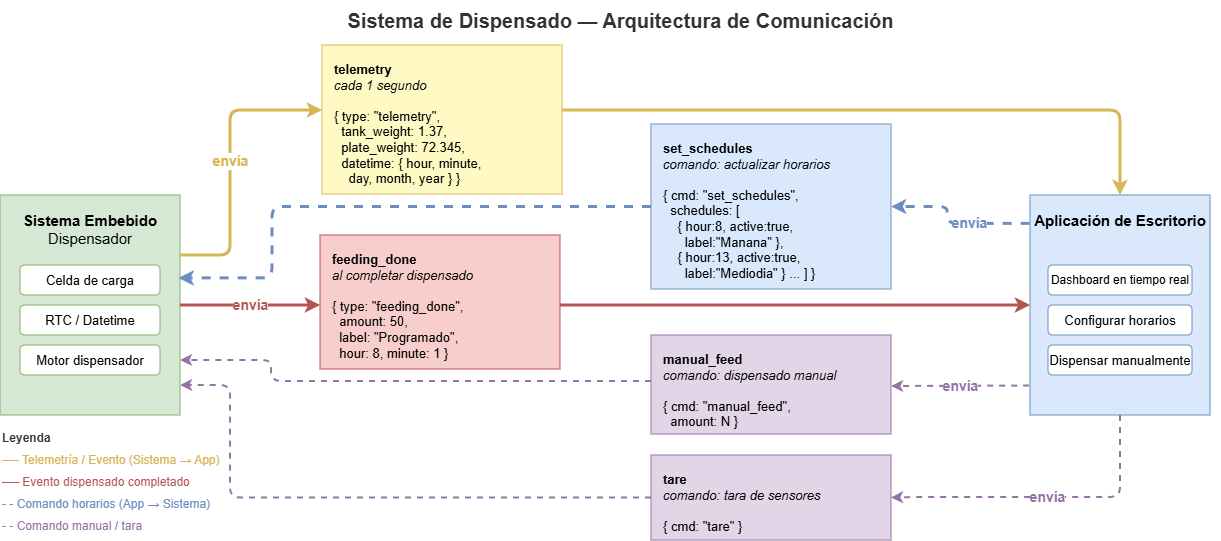
Above: Figures/dispensador_arquitectura.png in matuuted/Plantilla-para-memoria (draw.io), before the change. Source tidied: cells renumbered, new cells last; positions are measured from the earlier drawing's top-left corner, leaving out a move shared by most shapes.
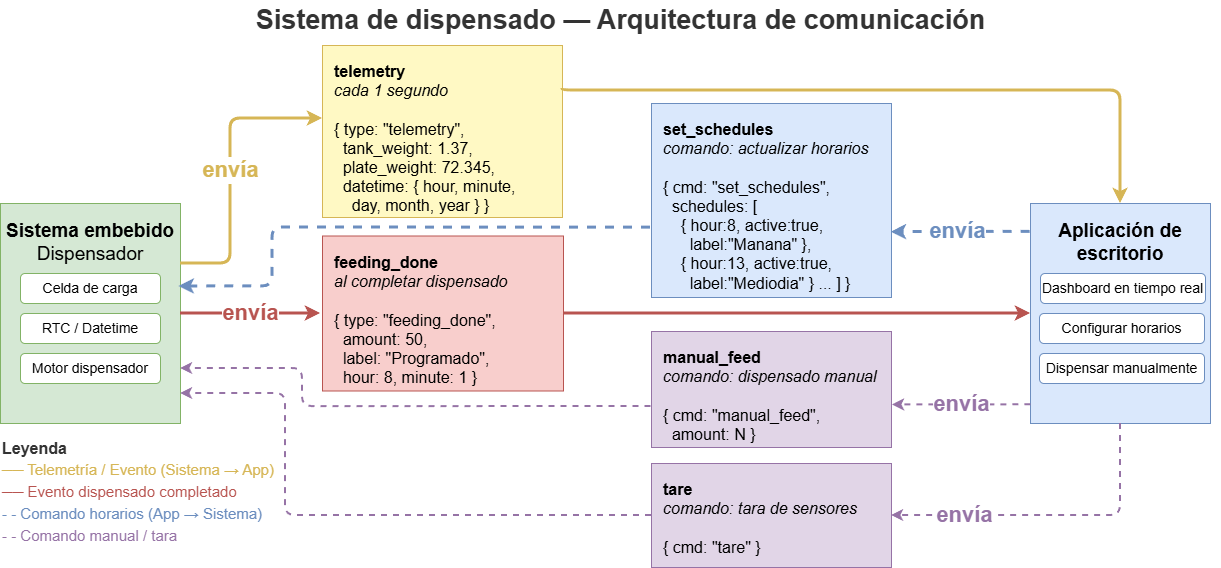
After the commit.

What changed in the source:
```diff
@@ -2,49 +2,49 @@
   <root>
     <mxCell id="0" />
     <mxCell id="1" parent="0" />
-    <mxCell id="2" value="&lt;font style=&quot;font-size: 20px;&quot;&gt;Sistema de Dispensado — Arquitectura de Comunicación&lt;/font&gt;" style="text;html=1;strokeColor=none;fillColor=none;align=center;verticalAlign=middle;fontSize=16;fontStyle=1;fontColor=#333333;" parent="1" vertex="1">
-      <mxGeometry x="20" width="1200" height="40" as="geometry" />
+    <mxCell id="2" value="&lt;font style=&quot;font-size: 27px;&quot;&gt;Sistema de dispensado — Arquitectura de comunicación&lt;/font&gt;" style="text;html=1;strokeColor=none;fillColor=none;align=center;verticalAlign=middle;fontSize=16;fontStyle=1;fontColor=#333333;" parent="1" vertex="1">
+      <mxGeometry x="20" y="-8" width="1200" height="40" as="geometry" />
     </mxCell>
-    <mxCell id="3" value="&lt;font style=&quot;font-size: 15px;&quot;&gt;&lt;b style=&quot;&quot;&gt;Sistema Embebido&lt;/b&gt;&lt;br&gt;Dispensador&lt;/font&gt;" style="rounded=2;whiteSpace=wrap;html=1;fillColor=#d5e8d4;strokeColor=#82b366;fontSize=11;verticalAlign=top;spacingTop=10;" parent="1" vertex="1">
+    <mxCell id="3" value="&lt;font style=&quot;font-size: 19px;&quot;&gt;&lt;b style=&quot;&quot;&gt;Sistema embebido&lt;/b&gt;&lt;br&gt;Dispensador&lt;/font&gt;" style="rounded=2;whiteSpace=wrap;html=1;fillColor=#d5e8d4;strokeColor=#82b366;fontSize=11;verticalAlign=top;spacingTop=10;" parent="1" vertex="1">
       <mxGeometry y="195" width="180" height="220" as="geometry" />
     </mxCell>
-    <mxCell id="4" value="&lt;font style=&quot;font-size: 13px;&quot;&gt;Celda de carga&lt;/font&gt;" style="rounded=1;whiteSpace=wrap;html=1;fillColor=#ffffff;strokeColor=#82b366;fontSize=10;" parent="1" vertex="1">
+    <mxCell id="4" value="&lt;font style=&quot;font-size: 14px;&quot;&gt;Celda de carga&lt;/font&gt;" style="rounded=1;whiteSpace=wrap;html=1;fillColor=#ffffff;strokeColor=#82b366;fontSize=10;" parent="1" vertex="1">
       <mxGeometry x="20" y="265" width="140" height="30" as="geometry" />
     </mxCell>
-    <mxCell id="5" value="&lt;font style=&quot;font-size: 13px;&quot;&gt;RTC / Datetime&lt;/font&gt;" style="rounded=1;whiteSpace=wrap;html=1;fillColor=#ffffff;strokeColor=#82b366;fontSize=10;" parent="1" vertex="1">
+    <mxCell id="5" value="&lt;font style=&quot;font-size: 14px;&quot;&gt;RTC / Datetime&lt;/font&gt;" style="rounded=1;whiteSpace=wrap;html=1;fillColor=#ffffff;strokeColor=#82b366;fontSize=10;" parent="1" vertex="1">
       <mxGeometry x="20" y="305" width="140" height="30" as="geometry" />
     </mxCell>
-    <mxCell id="6" value="&lt;font style=&quot;font-size: 13px;&quot;&gt;Motor dispensador&lt;/font&gt;" style="rounded=1;whiteSpace=wrap;html=1;fillColor=#ffffff;strokeColor=#82b366;fontSize=10;" parent="1" vertex="1">
+    <mxCell id="6" value="&lt;font style=&quot;font-size: 14px;&quot;&gt;Motor dispensador&lt;/font&gt;" style="rounded=1;whiteSpace=wrap;html=1;fillColor=#ffffff;strokeColor=#82b366;fontSize=10;" parent="1" vertex="1">
       <mxGeometry x="20" y="345" width="140" height="30" as="geometry" />
     </mxCell>
-    <mxCell id="7" value="&lt;b style=&quot;&quot;&gt;&lt;font style=&quot;font-size: 15px;&quot;&gt;Aplicación de Escritorio&lt;/font&gt;&lt;/b&gt;" style="rounded=2;whiteSpace=wrap;html=1;fillColor=#dae8fc;strokeColor=#6c8ebf;fontSize=11;verticalAlign=top;spacingTop=10;" parent="1" vertex="1">
+    <mxCell id="7" value="&lt;b style=&quot;&quot;&gt;&lt;font style=&quot;font-size: 19px;&quot;&gt;Aplicación de escritorio&lt;/font&gt;&lt;/b&gt;" style="rounded=2;whiteSpace=wrap;html=1;fillColor=#dae8fc;strokeColor=#6c8ebf;fontSize=11;verticalAlign=top;spacingTop=10;" parent="1" vertex="1">
       <mxGeometry x="1030" y="195" width="180" height="220" as="geometry" />
     </mxCell>
-    <mxCell id="8" value="&lt;font style=&quot;font-size: 12px;&quot;&gt;Dashboard en tiempo real&lt;/font&gt;" style="rounded=1;whiteSpace=wrap;html=1;fillColor=#ffffff;strokeColor=#6c8ebf;fontSize=10;" parent="1" vertex="1">
-      <mxGeometry x="1048" y="265" width="144" height="30" as="geometry" />
+    <mxCell id="8" value="&lt;font style=&quot;font-size: 14px;&quot;&gt;Dashboard en tiempo real&lt;/font&gt;" style="rounded=1;whiteSpace=wrap;html=1;fillColor=#ffffff;strokeColor=#6c8ebf;fontSize=10;" parent="1" vertex="1">
+      <mxGeometry x="1040" y="265" width="165" height="30" as="geometry" />
     </mxCell>
-    <mxCell id="9" value="&lt;font style=&quot;font-size: 13px;&quot;&gt;Configurar horarios&lt;/font&gt;" style="rounded=1;whiteSpace=wrap;html=1;fillColor=#ffffff;strokeColor=#6c8ebf;fontSize=10;" parent="1" vertex="1">
-      <mxGeometry x="1048" y="305" width="144" height="30" as="geometry" />
+    <mxCell id="9" value="&lt;font style=&quot;font-size: 14px;&quot;&gt;Configurar horarios&lt;/font&gt;" style="rounded=1;whiteSpace=wrap;html=1;fillColor=#ffffff;strokeColor=#6c8ebf;fontSize=10;" parent="1" vertex="1">
+      <mxGeometry x="1039" y="305" width="165" height="30" as="geometry" />
     </mxCell>
-    <mxCell id="10" value="&lt;font style=&quot;font-size: 13px;&quot;&gt;Dispensar manualmente&lt;/font&gt;" style="rounded=1;whiteSpace=wrap;html=1;fillColor=#ffffff;strokeColor=#6c8ebf;fontSize=10;" parent="1" vertex="1">
-      <mxGeometry x="1048" y="345" width="144" height="30" as="geometry" />
+    <mxCell id="10" value="&lt;font style=&quot;font-size: 14px;&quot;&gt;Dispensar manualmente&lt;/font&gt;" style="rounded=1;whiteSpace=wrap;html=1;fillColor=#ffffff;strokeColor=#6c8ebf;fontSize=10;" parent="1" vertex="1">
+      <mxGeometry x="1039" y="345" width="165" height="30" as="geometry" />
     </mxCell>
-    <mxCell id="11" value="&lt;font style=&quot;font-size: 13px;&quot;&gt;&lt;b style=&quot;&quot;&gt;telemetry&lt;/b&gt;&lt;br&gt;&lt;i style=&quot;&quot;&gt;cada 1 segundo&lt;/i&gt;&lt;br&gt;&lt;br&gt;{ type: &quot;telemetry&quot;,&lt;br&gt;&amp;nbsp;&amp;nbsp;tank_weight: 1.37,&lt;br&gt;&amp;nbsp;&amp;nbsp;plate_weight: 72.345,&lt;br&gt;&amp;nbsp;&amp;nbsp;datetime: { hour, minute,&lt;br&gt;&amp;nbsp;&amp;nbsp;&amp;nbsp;&amp;nbsp;day, month, year } }&lt;/font&gt;" style="rounded=2;whiteSpace=wrap;html=1;fillColor=#fff9c4;strokeColor=#d6b656;fontSize=10;verticalAlign=top;align=left;spacingLeft=10;spacingTop=10;" parent="1" vertex="1">
-      <mxGeometry x="322" y="45" width="240" height="149" as="geometry" />
+    <mxCell id="11" value="&lt;font style=&quot;font-size: 16px;&quot;&gt;&lt;b style=&quot;&quot;&gt;telemetry&lt;/b&gt;&lt;br&gt;&lt;i style=&quot;&quot;&gt;cada 1 segundo&lt;/i&gt;&lt;br&gt;&lt;br&gt;{ type: &quot;telemetry&quot;,&lt;br&gt;&amp;nbsp;&amp;nbsp;tank_weight: 1.37,&lt;br&gt;&amp;nbsp;&amp;nbsp;plate_weight: 72.345,&lt;br&gt;&amp;nbsp;&amp;nbsp;datetime: { hour, minute,&lt;br&gt;&amp;nbsp;&amp;nbsp;&amp;nbsp;&amp;nbsp;day, month, year } }&lt;/font&gt;" style="rounded=2;whiteSpace=wrap;html=1;fillColor=#fff9c4;strokeColor=#d6b656;fontSize=10;verticalAlign=top;align=left;spacingLeft=10;spacingTop=10;" parent="1" vertex="1">
+      <mxGeometry x="322" y="37" width="240" height="172" as="geometry" />
     </mxCell>
-    <mxCell id="12" value="&lt;font style=&quot;font-size: 13px;&quot;&gt;&lt;b style=&quot;&quot;&gt;feeding_done&lt;/b&gt;&lt;br&gt;&lt;i style=&quot;&quot;&gt;al completar dispensado&lt;/i&gt;&lt;br&gt;&lt;br&gt;{ type: &quot;feeding_done&quot;,&lt;br&gt;&amp;nbsp;&amp;nbsp;amount: 50,&lt;br&gt;&amp;nbsp;&amp;nbsp;label: &quot;Programado&quot;,&lt;br&gt;&amp;nbsp;&amp;nbsp;hour: 8, minute: 1 }&lt;/font&gt;" style="rounded=2;whiteSpace=wrap;html=1;fillColor=#f8cecc;strokeColor=#b85450;fontSize=10;verticalAlign=top;align=left;spacingLeft=10;spacingTop=10;" parent="1" vertex="1">
-      <mxGeometry x="320" y="235" width="240" height="134" as="geometry" />
+    <mxCell id="12" value="&lt;font style=&quot;font-size: 16px;&quot;&gt;&lt;b style=&quot;&quot;&gt;feeding_done&lt;/b&gt;&lt;br&gt;&lt;i style=&quot;&quot;&gt;al completar dispensado&lt;/i&gt;&lt;br&gt;&lt;br&gt;{ type: &quot;feeding_done&quot;,&lt;br&gt;&amp;nbsp;&amp;nbsp;amount: 50,&lt;br&gt;&amp;nbsp;&amp;nbsp;label: &quot;Programado&quot;,&lt;br&gt;&amp;nbsp;&amp;nbsp;hour: 8, minute: 1 }&lt;/font&gt;" style="rounded=2;whiteSpace=wrap;html=1;fillColor=#f8cecc;strokeColor=#b85450;fontSize=10;verticalAlign=top;align=left;spacingLeft=10;spacingTop=10;" parent="1" vertex="1">
+      <mxGeometry x="322" y="227.5" width="241" height="155" as="geometry" />
     </mxCell>
-    <mxCell id="13" value="&lt;font style=&quot;font-size: 13px;&quot;&gt;&lt;b style=&quot;&quot;&gt;set_schedules&lt;/b&gt;&lt;br&gt;&lt;i style=&quot;&quot;&gt;comando: actualizar horarios&lt;/i&gt;&lt;br&gt;&lt;br&gt;{ cmd: &quot;set_schedules&quot;,&lt;br&gt;&amp;nbsp;&amp;nbsp;schedules: [&lt;br&gt;&amp;nbsp;&amp;nbsp;&amp;nbsp;&amp;nbsp;{ hour:8, active:true,&lt;br&gt;&amp;nbsp;&amp;nbsp;&amp;nbsp;&amp;nbsp;&amp;nbsp;&amp;nbsp;label:&quot;Manana&quot; },&lt;br&gt;&amp;nbsp;&amp;nbsp;&amp;nbsp;&amp;nbsp;{ hour:13, active:true,&lt;br&gt;&amp;nbsp;&amp;nbsp;&amp;nbsp;&amp;nbsp;&amp;nbsp;&amp;nbsp;label:&quot;Mediodia&quot; } ... ] }&lt;/font&gt;" style="rounded=2;whiteSpace=wrap;html=1;fillColor=#dae8fc;strokeColor=#6c8ebf;fontSize=10;verticalAlign=top;align=left;spacingLeft=10;spacingTop=10;" parent="1" vertex="1">
-      <mxGeometry x="651" y="124" width="240" height="165" as="geometry" />
+    <mxCell id="13" value="&lt;font style=&quot;font-size: 16px;&quot;&gt;&lt;b style=&quot;&quot;&gt;set_schedules&lt;/b&gt;&lt;br&gt;&lt;i style=&quot;&quot;&gt;comando: actualizar horarios&lt;/i&gt;&lt;br&gt;&lt;br&gt;{ cmd: &quot;set_schedules&quot;,&lt;br&gt;&amp;nbsp;&amp;nbsp;schedules: [&lt;br&gt;&amp;nbsp;&amp;nbsp;&amp;nbsp;&amp;nbsp;{ hour:8, active:true,&lt;br&gt;&amp;nbsp;&amp;nbsp;&amp;nbsp;&amp;nbsp;&amp;nbsp;&amp;nbsp;label:&quot;Manana&quot; },&lt;br&gt;&amp;nbsp;&amp;nbsp;&amp;nbsp;&amp;nbsp;{ hour:13, active:true,&lt;br&gt;&amp;nbsp;&amp;nbsp;&amp;nbsp;&amp;nbsp;&amp;nbsp;&amp;nbsp;label:&quot;Mediodia&quot; } ... ] }&lt;/font&gt;" style="rounded=2;whiteSpace=wrap;html=1;fillColor=#dae8fc;strokeColor=#6c8ebf;fontSize=10;verticalAlign=top;align=left;spacingLeft=10;spacingTop=10;" parent="1" vertex="1">
+      <mxGeometry x="651" y="95" width="240" height="194" as="geometry" />
     </mxCell>
-    <mxCell id="14" value="&lt;font style=&quot;font-size: 13px;&quot;&gt;&lt;b&gt;manual_feed&lt;/b&gt;&lt;br&gt;&lt;i&gt;comando: dispensado manual&lt;/i&gt;&lt;br&gt;&lt;br&gt;{ cmd: &quot;manual_feed&quot;,&lt;br&gt;&amp;nbsp;&amp;nbsp;amount: N }&lt;/font&gt;" style="rounded=2;whiteSpace=wrap;html=1;fillColor=#e1d5e7;strokeColor=#9673a6;fontSize=10;verticalAlign=top;align=left;spacingLeft=10;spacingTop=10;" parent="1" vertex="1">
-      <mxGeometry x="651" y="335" width="240" height="99" as="geometry" />
+    <mxCell id="14" value="&lt;font style=&quot;font-size: 16px;&quot;&gt;&lt;b style=&quot;&quot;&gt;manual_feed&lt;/b&gt;&lt;br&gt;&lt;i style=&quot;&quot;&gt;comando: dispensado manual&lt;/i&gt;&lt;br&gt;&lt;br&gt;{ cmd: &quot;manual_feed&quot;,&lt;br&gt;&amp;nbsp;&amp;nbsp;amount: N }&lt;/font&gt;" style="rounded=2;whiteSpace=wrap;html=1;fillColor=#e1d5e7;strokeColor=#9673a6;fontSize=10;verticalAlign=top;align=left;spacingLeft=10;spacingTop=10;" parent="1" vertex="1">
+      <mxGeometry x="651" y="323" width="240" height="116" as="geometry" />
     </mxCell>
-    <mxCell id="15" value="&lt;font style=&quot;font-size: 13px;&quot;&gt;&lt;b&gt;tare&lt;/b&gt;&lt;br&gt;&lt;i&gt;comando: tara de sensores&lt;/i&gt;&lt;br&gt;&lt;br&gt;{ cmd: &quot;tare&quot; }&lt;/font&gt;" style="rounded=2;whiteSpace=wrap;html=1;fillColor=#e1d5e7;strokeColor=#9673a6;fontSize=10;verticalAlign=top;align=left;spacingLeft=10;spacingTop=10;" parent="1" vertex="1">
-      <mxGeometry x="651" y="455" width="240" height="85" as="geometry" />
+    <mxCell id="15" value="&lt;font style=&quot;font-size: 16px;&quot;&gt;&lt;b style=&quot;&quot;&gt;tare&lt;/b&gt;&lt;br&gt;&lt;i style=&quot;&quot;&gt;comando: tara de sensores&lt;/i&gt;&lt;br&gt;&lt;br&gt;{ cmd: &quot;tare&quot; }&lt;/font&gt;" style="rounded=2;whiteSpace=wrap;html=1;fillColor=#e1d5e7;strokeColor=#9673a6;fontSize=10;verticalAlign=top;align=left;spacingLeft=10;spacingTop=10;" parent="1" vertex="1">
+      <mxGeometry x="651" y="455" width="240" height="104" as="geometry" />
     </mxCell>
-    <mxCell id="16" value="&lt;font style=&quot;font-size: 14px;&quot;&gt;envía&lt;/font&gt;" style="edgeStyle=orthogonalEdgeStyle;html=1;strokeColor=#d6b656;strokeWidth=3;fontColor=#d6b656;fontStyle=1;fontSize=10;" parent="1" edge="1" source="3" target="11">
+    <mxCell id="16" value="&lt;font style=&quot;font-size: 22px;&quot;&gt;envía&lt;/font&gt;" style="edgeStyle=orthogonalEdgeStyle;html=1;strokeColor=#d6b656;strokeWidth=3;fontColor=#d6b656;fontStyle=1;fontSize=10;" parent="1" edge="1" source="3" target="11">
       <mxGeometry relative="1" as="geometry">
         <Array as="points">
           <mxPoint x="230" y="255" />
@@ -52,7 +52,7 @@
         </Array>
       </mxGeometry>
     </mxCell>
-    <mxCell id="17" value="&lt;font style=&quot;font-size: 14px;&quot;&gt;envía&lt;/font&gt;" style="edgeStyle=orthogonalEdgeStyle;html=1;strokeColor=#b85450;strokeWidth=3;fontColor=#b85450;fontStyle=1;fontSize=10;" parent="1" edge="1" source="3">
+    <mxCell id="17" value="&lt;font style=&quot;font-size: 22px;&quot;&gt;envía&lt;/font&gt;" style="edgeStyle=orthogonalEdgeStyle;html=1;strokeColor=#b85450;strokeWidth=3;fontColor=#b85450;fontStyle=1;fontSize=10;" parent="1" edge="1" source="3">
       <mxGeometry relative="1" as="geometry">
         <mxPoint x="320" y="305" as="targetPoint" />
         <Array as="points">
@@ -60,10 +60,10 @@
         </Array>
       </mxGeometry>
     </mxCell>
-    <mxCell id="18" style="edgeStyle=orthogonalEdgeStyle;html=1;strokeColor=#d6b656;strokeWidth=3;entryX=0.5;entryY=0;entryDx=0;entryDy=0;" parent="1" edge="1" source="11" target="7">
+    <mxCell id="18" style="edgeStyle=orthogonalEdgeStyle;html=1;strokeColor=#d6b656;strokeWidth=3;entryX=0.5;entryY=0;entryDx=0;entryDy=0;exitX=1;exitY=0.25;exitDx=0;exitDy=0;" parent="1" edge="1" source="11" target="7">
       <mxGeometry relative="1" as="geometry">
         <Array as="points">
-          <mxPoint x="1120" y="110" />
+          <mxPoint x="1120" y="82" />
         </Array>
       </mxGeometry>
     </mxCell>
@@ -75,69 +75,68 @@
         </Array>
       </mxGeometry>
     </mxCell>
-    <mxCell id="20" value="&lt;font style=&quot;font-size: 14px;&quot;&gt;envía&lt;/font&gt;" style="edgeStyle=orthogonalEdgeStyle;html=1;strokeColor=#6c8ebf;strokeWidth=3;dashed=1;fontColor=#6c8ebf;fontStyle=1;fontSize=10;entryX=1;entryY=0.5;entryDx=0;entryDy=0;exitX=-0.002;exitY=0.129;exitDx=0;exitDy=0;exitPerimeter=0;" parent="1" edge="1" source="7" target="13">
-      <mxGeometry x="-0.23" relative="1" as="geometry">
+    <mxCell id="20" value="&lt;font style=&quot;font-size: 22px;&quot;&gt;envía&lt;/font&gt;" style="edgeStyle=orthogonalEdgeStyle;html=1;strokeColor=#6c8ebf;strokeWidth=3;dashed=1;fontColor=#6c8ebf;fontStyle=1;fontSize=10;entryX=0.999;entryY=0.663;entryDx=0;entryDy=0;exitX=-0.002;exitY=0.129;exitDx=0;exitDy=0;exitPerimeter=0;entryPerimeter=0;" parent="1" edge="1" source="7" target="13">
+      <mxGeometry x="0.05" relative="1" as="geometry">
         <Array as="points">
           <mxPoint x="947" y="223" />
-          <mxPoint x="947" y="206" />
+          <mxPoint x="891" y="224" />
         </Array>
       </mxGeometry>
     </mxCell>
-    <mxCell id="21" value="&lt;font style=&quot;font-size: 14px;&quot;&gt;envía&lt;/font&gt;" style="edgeStyle=orthogonalEdgeStyle;html=1;strokeColor=#9673a6;strokeWidth=2;dashed=1;fontColor=#9673a6;fontStyle=1;fontSize=10;exitX=-0.005;exitY=0.866;exitDx=0;exitDy=0;exitPerimeter=0;" parent="1" edge="1" source="7">
+    <mxCell id="21" value="&lt;font style=&quot;font-size: 22px;&quot;&gt;envía&lt;/font&gt;" style="edgeStyle=orthogonalEdgeStyle;html=1;strokeColor=#9673a6;strokeWidth=2;dashed=1;fontColor=#9673a6;fontStyle=1;fontSize=10;exitX=0.002;exitY=0.915;exitDx=0;exitDy=0;exitPerimeter=0;entryX=1.004;entryY=0.633;entryDx=0;entryDy=0;entryPerimeter=0;" parent="1" edge="1" source="7" target="14">
       <mxGeometry relative="1" as="geometry">
-        <mxPoint x="891" y="386" as="targetPoint" />
         <Array as="points">
-          <mxPoint x="891" y="386" />
+          <mxPoint x="963" y="396" />
+          <mxPoint x="963" y="396" />
         </Array>
       </mxGeometry>
     </mxCell>
-    <mxCell id="22" value="&lt;font style=&quot;font-size: 14px;&quot;&gt;envía&lt;/font&gt;" style="edgeStyle=orthogonalEdgeStyle;html=1;strokeColor=#9673a6;strokeWidth=2;dashed=1;fontColor=#9673a6;fontStyle=1;fontSize=10;entryX=1;entryY=0.5;entryDx=0;entryDy=0;exitX=0.5;exitY=1;exitDx=0;exitDy=0;" parent="1" edge="1" source="7" target="15">
-      <mxGeometry relative="1" as="geometry">
+    <mxCell id="22" value="&lt;font style=&quot;font-size: 22px;&quot;&gt;envía&lt;/font&gt;" style="edgeStyle=orthogonalEdgeStyle;html=1;strokeColor=#9673a6;strokeWidth=2;dashed=1;fontColor=#9673a6;fontStyle=1;fontSize=10;entryX=1;entryY=0.5;entryDx=0;entryDy=0;exitX=0.5;exitY=1;exitDx=0;exitDy=0;" parent="1" edge="1" source="7" target="15">
+      <mxGeometry x="0.55" relative="1" as="geometry">
         <Array as="points">
-          <mxPoint x="1120" y="497" />
-          <mxPoint x="920" y="497" />
+          <mxPoint x="1120" y="507" />
         </Array>
       </mxGeometry>
     </mxCell>
-    <mxCell id="23" style="edgeStyle=orthogonalEdgeStyle;html=1;strokeColor=#6c8ebf;strokeWidth=3;dashed=1;entryX=0.992;entryY=0.377;entryDx=0;entryDy=0;entryPerimeter=0;exitX=0;exitY=0.5;exitDx=0;exitDy=0;" parent="1" edge="1" source="13" target="3">
+    <mxCell id="23" style="edgeStyle=orthogonalEdgeStyle;html=1;strokeColor=#6c8ebf;strokeWidth=3;dashed=1;entryX=0.992;entryY=0.377;entryDx=0;entryDy=0;entryPerimeter=0;exitX=-0.004;exitY=0.64;exitDx=0;exitDy=0;exitPerimeter=0;" parent="1" edge="1" source="13" target="3">
       <mxGeometry relative="1" as="geometry">
         <Array as="points">
-          <mxPoint x="272" y="206" />
+          <mxPoint x="651" y="219" />
+          <mxPoint x="272" y="219" />
           <mxPoint x="272" y="278" />
         </Array>
       </mxGeometry>
     </mxCell>
-    <mxCell id="24" style="edgeStyle=orthogonalEdgeStyle;html=1;strokeColor=#9673a6;strokeWidth=2;dashed=1;" parent="1" edge="1">
+    <mxCell id="24" style="edgeStyle=orthogonalEdgeStyle;html=1;strokeColor=#9673a6;strokeWidth=2;dashed=1;exitX=-0.002;exitY=0.647;exitDx=0;exitDy=0;exitPerimeter=0;" parent="1" edge="1" source="14">
       <mxGeometry relative="1" as="geometry">
-        <mxPoint x="651" y="381" as="sourcePoint" />
         <mxPoint x="180" y="360" as="targetPoint" />
         <Array as="points">
-          <mxPoint x="271" y="381" />
-          <mxPoint x="271" y="360" />
+          <mxPoint x="302" y="398" />
+          <mxPoint x="302" y="360" />
         </Array>
       </mxGeometry>
     </mxCell>
     <mxCell id="25" style="edgeStyle=orthogonalEdgeStyle;html=1;strokeColor=#9673a6;strokeWidth=2;dashed=1;exitX=0;exitY=0.5;exitDx=0;exitDy=0;" parent="1" edge="1" source="15" target="3">
       <mxGeometry relative="1" as="geometry">
         <Array as="points">
-          <mxPoint x="230" y="497" />
-          <mxPoint x="230" y="385" />
+          <mxPoint x="285" y="507" />
+          <mxPoint x="285" y="385" />
         </Array>
       </mxGeometry>
     </mxCell>
-    <mxCell id="26" value="&lt;font style=&quot;font-size: 12px;&quot;&gt;Leyenda&lt;/font&gt;" style="text;html=1;align=left;fontStyle=1;fontSize=11;fontColor=#333333;strokeColor=none;fillColor=none;" parent="1" vertex="1">
+    <mxCell id="26" value="&lt;font style=&quot;font-size: 16px;&quot;&gt;Leyenda&lt;/font&gt;" style="text;html=1;align=left;fontStyle=1;fontSize=11;fontColor=#333333;strokeColor=none;fillColor=none;" parent="1" vertex="1">
       <mxGeometry y="424" width="100" height="20" as="geometry" />
     </mxCell>
-    <mxCell id="27" value="&lt;font style=&quot;font-size: 12px;&quot;&gt;── Telemetría / Evento (Sistema → App)&lt;/font&gt;" style="text;html=1;fontSize=10;fontColor=#d6b656;strokeColor=none;fillColor=none;align=left;" parent="1" vertex="1">
+    <mxCell id="27" value="&lt;font style=&quot;font-size: 15px;&quot;&gt;── Telemetría / Evento (Sistema → App)&lt;/font&gt;" style="text;html=1;fontSize=10;fontColor=#d6b656;strokeColor=none;fillColor=none;align=left;" parent="1" vertex="1">
       <mxGeometry y="446" width="280" height="20" as="geometry" />
     </mxCell>
-    <mxCell id="28" value="&lt;font style=&quot;font-size: 12px;&quot;&gt;── Evento dispensado completado&lt;/font&gt;" style="text;html=1;fontSize=10;fontColor=#b85450;strokeColor=none;fillColor=none;align=left;" parent="1" vertex="1">
+    <mxCell id="28" value="&lt;font style=&quot;font-size: 15px;&quot;&gt;── Evento dispensado completado&lt;/font&gt;" style="text;html=1;fontSize=10;fontColor=#b85450;strokeColor=none;fillColor=none;align=left;" parent="1" vertex="1">
       <mxGeometry y="468" width="280" height="20" as="geometry" />
     </mxCell>
-    <mxCell id="29" value="&lt;font style=&quot;font-size: 12px;&quot;&gt;- - Comando horarios (App → Sistema)&lt;/font&gt;" style="text;html=1;fontSize=10;fontColor=#6c8ebf;strokeColor=none;fillColor=none;align=left;" parent="1" vertex="1">
+    <mxCell id="29" value="&lt;font style=&quot;font-size: 15px;&quot;&gt;- - Comando horarios (App → Sistema)&lt;/font&gt;" style="text;html=1;fontSize=10;fontColor=#6c8ebf;strokeColor=none;fillColor=none;align=left;" parent="1" vertex="1">
       <mxGeometry y="490" width="280" height="20" as="geometry" />
     </mxCell>
-    <mxCell id="30" value="&lt;font style=&quot;font-size: 12px;&quot;&gt;- - Comando manual / tara&lt;/font&gt;" style="text;html=1;fontSize=10;fontColor=#9673a6;strokeColor=none;fillColor=none;align=left;" parent="1" vertex="1">
+    <mxCell id="30" value="&lt;font style=&quot;font-size: 15px;&quot;&gt;- - Comando manual / tara&lt;/font&gt;" style="text;html=1;fontSize=10;fontColor=#9673a6;strokeColor=none;fillColor=none;align=left;" parent="1" vertex="1">
       <mxGeometry y="512" width="280" height="20" as="geometry" />
     </mxCell>
   </root>
```
